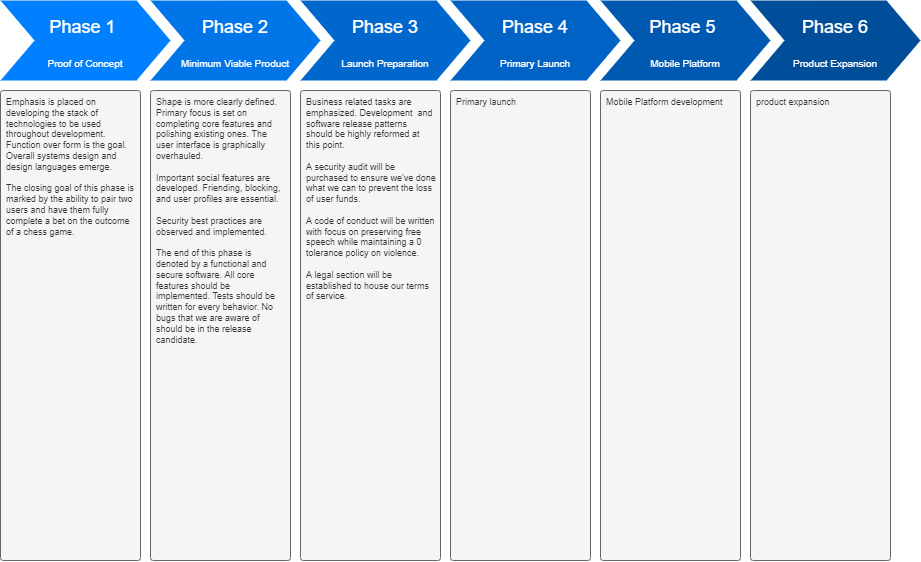
Above: readme-assets/roadmap.png in geektechniquestudios/ChessWager (draw.io), before the change. Source tidied: cells renumbered, new cells last; positions are measured from the earlier drawing's top-left corner, leaving out a move shared by most shapes. Its diagram source:
```xml
<mxGraphModel>
  <root>
    <mxCell id="0" />
    <mxCell id="1" parent="0" />
    <mxCell id="2" value="&lt;font style=&quot;&quot;&gt;&lt;span style=&quot;font-size: 18px;&quot;&gt;Phase 1 &lt;/span&gt;&lt;br&gt;&lt;font style=&quot;&quot;&gt;&lt;font style=&quot;vertical-align: inherit; font-size: 10px;&quot;&gt;Proof of Concept&lt;/font&gt;&lt;/font&gt;&lt;br&gt;&lt;/font&gt;" style="shape=step;whiteSpace=wrap;html=1;fontSize=28;fillColor=#0080FF;fontColor=#FFFFFF;strokeColor=none;" parent="1" vertex="1">
      <mxGeometry width="170" height="80" as="geometry" />
    </mxCell>
    <mxCell id="3" value="&lt;font style=&quot;&quot;&gt;&lt;span style=&quot;font-size: 18px;&quot;&gt;Phase 2&lt;/span&gt;&lt;br&gt;&lt;font style=&quot;font-size: 10px;&quot;&gt;Minimum Viable Product&lt;/font&gt;&lt;br&gt;&lt;/font&gt;" style="shape=step;whiteSpace=wrap;html=1;fontSize=28;fillColor=#0075E8;fontColor=#FFFFFF;strokeColor=none;" parent="1" vertex="1">
      <mxGeometry x="150" width="170" height="80" as="geometry" />
    </mxCell>
    <mxCell id="4" value="&lt;font style=&quot;&quot;&gt;&lt;span style=&quot;font-size: 18px;&quot;&gt;Phase 3&lt;/span&gt;&lt;br&gt;&lt;font style=&quot;font-size: 10px;&quot;&gt;Launch Preparation&lt;/font&gt;&lt;br&gt;&lt;/font&gt;" style="shape=step;whiteSpace=wrap;html=1;fontSize=28;fillColor=#0067CC;fontColor=#FFFFFF;strokeColor=none;" parent="1" vertex="1">
      <mxGeometry x="300" width="170" height="80" as="geometry" />
    </mxCell>
    <mxCell id="5" value="&lt;font style=&quot;&quot;&gt;&lt;span style=&quot;font-size: 18px;&quot;&gt;Phase 4&lt;/span&gt;&lt;br&gt;&lt;font style=&quot;font-size: 10px;&quot;&gt;Primary Launch&lt;/font&gt;&lt;br&gt;&lt;/font&gt;" style="shape=step;whiteSpace=wrap;html=1;fontSize=28;fillColor=#0062C4;fontColor=#FFFFFF;strokeColor=none;" parent="1" vertex="1">
      <mxGeometry x="450" width="170" height="80" as="geometry" />
    </mxCell>
    <mxCell id="6" value="&lt;font style=&quot;&quot;&gt;&lt;span style=&quot;font-size: 18px;&quot;&gt;Phase 5 &lt;/span&gt;&lt;br&gt;&lt;font style=&quot;font-size: 10px;&quot;&gt;Mobile Platform&lt;/font&gt;&lt;br&gt;&lt;/font&gt;" style="shape=step;whiteSpace=wrap;html=1;fontSize=28;fillColor=#0059B0;fontColor=#FFFFFF;strokeColor=none;" parent="1" vertex="1">
      <mxGeometry x="600" width="170" height="80" as="geometry" />
    </mxCell>
    <mxCell id="7" value="&lt;font style=&quot;&quot;&gt;&lt;span style=&quot;font-size: 18px;&quot;&gt;Phase 6&lt;/span&gt;&lt;br&gt;&lt;font style=&quot;font-size: 10px;&quot;&gt;Product Expansion&lt;/font&gt;&lt;br&gt;&lt;/font&gt;" style="shape=step;whiteSpace=wrap;html=1;fontSize=28;fillColor=#004D99;fontColor=#FFFFFF;strokeColor=none;" parent="1" vertex="1">
      <mxGeometry x="750" width="170" height="80" as="geometry" />
    </mxCell>
    <mxCell id="8" value="Mobile Platform development" style="text;spacingTop=-3;whiteSpace=wrap;html=1;align=left;fontSize=9;fontFamily=Helvetica;fillColor=#f5f5f5;rounded=1;glass=0;spacingLeft=1;spacingRight=1;spacing=5;labelBackgroundColor=none;fontColor=#333333;strokeColor=#666666;rotation=0;arcSize=2;" parent="1" vertex="1">
      <mxGeometry x="600" y="90" width="140" height="470" as="geometry" />
    </mxCell>
    <mxCell id="9" value="product expansion" style="text;spacingTop=-3;whiteSpace=wrap;html=1;align=left;fontSize=9;fontFamily=Helvetica;fillColor=#f5f5f5;rounded=1;glass=0;spacingLeft=1;spacingRight=1;spacing=5;labelBackgroundColor=none;fontColor=#333333;strokeColor=#666666;rotation=0;arcSize=2;" parent="1" vertex="1">
      <mxGeometry x="750" y="90" width="140" height="470" as="geometry" />
    </mxCell>
    <mxCell id="10" value="Emphasis is placed on developing the stack of technologies to be used throughout development. Function over form is the goal. Overall systems design and design languages emerge.&lt;br style=&quot;font-size: 9px;&quot;&gt;&lt;br style=&quot;font-size: 9px;&quot;&gt;The closing goal of this phase is marked by the ability to pair two users and have them fully complete a bet on the outcome of a chess game.&lt;br style=&quot;font-size: 9px;&quot;&gt;&lt;br&gt;&lt;br&gt;" style="text;spacingTop=-3;whiteSpace=wrap;html=1;align=left;fontSize=9;fontFamily=Helvetica;fillColor=#f5f5f5;rounded=1;glass=0;spacingLeft=1;spacingRight=1;spacing=5;labelBackgroundColor=none;fontColor=#333333;strokeColor=#666666;rotation=0;arcSize=2;" parent="1" vertex="1">
      <mxGeometry y="90" width="140" height="470" as="geometry" />
    </mxCell>
    <mxCell id="11" value="Shape is more clearly defined. Primary focus is set on completing core features and polishing existing ones.&amp;nbsp;The user interface is graphically overhauled.&lt;br&gt;&lt;br&gt;Important social features are developed. Friending, blocking, and user profiles are essential.&lt;br&gt;&lt;br&gt;Security best practices are observed and implemented.&amp;nbsp;&lt;br&gt;&lt;br&gt;The end of this phase is denoted by a functional and secure software. All core features should be implemented. Tests should be written for every behavior. No bugs that we are aware of should be in the release candidate.&lt;br&gt;&lt;br&gt;" style="text;spacingTop=-3;whiteSpace=wrap;html=1;align=left;fontSize=9;fontFamily=Helvetica;fillColor=#f5f5f5;rounded=1;glass=0;spacingLeft=1;spacingRight=1;spacing=5;labelBackgroundColor=none;fontColor=#333333;strokeColor=#666666;rotation=0;arcSize=2;" parent="1" vertex="1">
      <mxGeometry x="150" y="90" width="140" height="470" as="geometry" />
    </mxCell>
    <mxCell id="12" value="Business related tasks are emphasized. Development&amp;nbsp; and software release patterns should be highly reformed at this point.&lt;br&gt;&lt;br&gt;A security audit will be purchased to ensure we've done what we can to prevent the loss of user funds.&lt;br&gt;&lt;br&gt;A code of conduct will be written with focus on preserving free speech while maintaining a 0 tolerance policy on violence.&lt;br&gt;&lt;br&gt;A legal section will be established to house our terms of service." style="text;spacingTop=-3;whiteSpace=wrap;html=1;align=left;fontSize=9;fontFamily=Helvetica;fillColor=#f5f5f5;rounded=1;glass=0;spacingLeft=1;spacingRight=1;spacing=5;labelBackgroundColor=none;fontColor=#333333;strokeColor=#666666;rotation=0;arcSize=2;" parent="1" vertex="1">
      <mxGeometry x="300" y="90" width="140" height="470" as="geometry" />
    </mxCell>
    <mxCell id="13" value="Primary launch" style="text;spacingTop=-3;whiteSpace=wrap;html=1;align=left;fontSize=9;fontFamily=Helvetica;fillColor=#f5f5f5;rounded=1;glass=0;spacingLeft=1;spacingRight=1;spacing=5;labelBackgroundColor=none;fontColor=#333333;strokeColor=#666666;rotation=0;arcSize=2;" parent="1" vertex="1">
      <mxGeometry x="450" y="90" width="140" height="470" as="geometry" />
    </mxCell>
  </root>
</mxGraphModel>
```
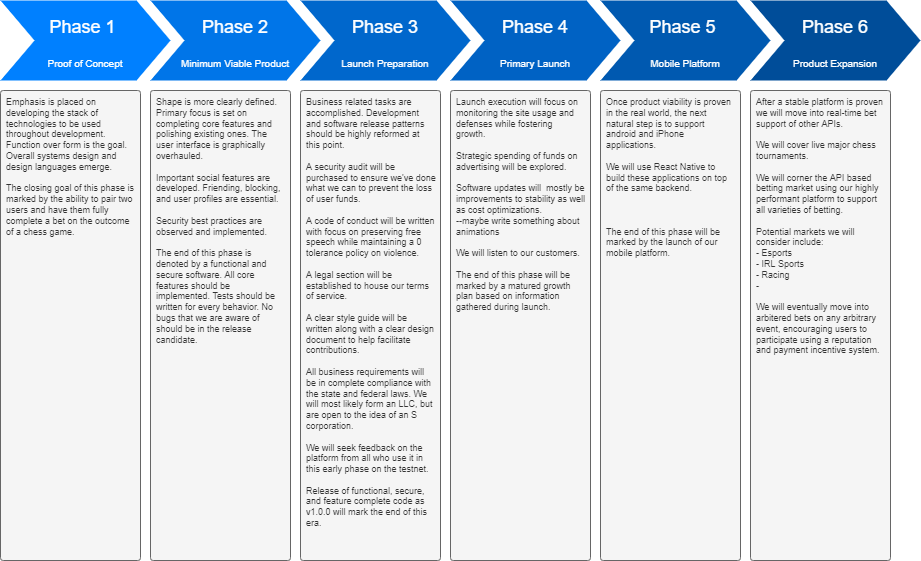
Above is the later version.

Diff of the diagram source:
```diff
@@ -20,10 +20,10 @@
     <mxCell id="7" value="&lt;font style=&quot;&quot;&gt;&lt;span style=&quot;font-size: 18px;&quot;&gt;Phase 6&lt;/span&gt;&lt;br&gt;&lt;font style=&quot;font-size: 10px;&quot;&gt;Product Expansion&lt;/font&gt;&lt;br&gt;&lt;/font&gt;" style="shape=step;whiteSpace=wrap;html=1;fontSize=28;fillColor=#004D99;fontColor=#FFFFFF;strokeColor=none;" parent="1" vertex="1">
       <mxGeometry x="750" width="170" height="80" as="geometry" />
     </mxCell>
-    <mxCell id="8" value="Mobile Platform development" style="text;spacingTop=-3;whiteSpace=wrap;html=1;align=left;fontSize=9;fontFamily=Helvetica;fillColor=#f5f5f5;rounded=1;glass=0;spacingLeft=1;spacingRight=1;spacing=5;labelBackgroundColor=none;fontColor=#333333;strokeColor=#666666;rotation=0;arcSize=2;" parent="1" vertex="1">
+    <mxCell id="8" value="Once product viability is proven in the real world, the next natural step is to support android and iPhone applications.&lt;br&gt;&lt;br&gt;We will use React Native to build these applications on top of the same backend.&lt;br&gt;&lt;br&gt;&lt;br&gt;&lt;br&gt;The end of this phase will be marked by the launch of our mobile platform." style="text;spacingTop=-3;whiteSpace=wrap;html=1;align=left;fontSize=9;fontFamily=Helvetica;fillColor=#f5f5f5;rounded=1;glass=0;spacingLeft=1;spacingRight=1;spacing=5;labelBackgroundColor=none;fontColor=#333333;strokeColor=#666666;rotation=0;arcSize=2;" parent="1" vertex="1">
       <mxGeometry x="600" y="90" width="140" height="470" as="geometry" />
     </mxCell>
-    <mxCell id="9" value="product expansion" style="text;spacingTop=-3;whiteSpace=wrap;html=1;align=left;fontSize=9;fontFamily=Helvetica;fillColor=#f5f5f5;rounded=1;glass=0;spacingLeft=1;spacingRight=1;spacing=5;labelBackgroundColor=none;fontColor=#333333;strokeColor=#666666;rotation=0;arcSize=2;" parent="1" vertex="1">
+    <mxCell id="9" value="After a stable platform is proven we will move into real-time bet support of other APIs.&lt;br&gt;&lt;br&gt;We will cover live major chess tournaments.&amp;nbsp;&lt;br&gt;&lt;br&gt;We will corner the API based betting market using our highly performant platform to support all varieties of betting. &lt;br&gt;&lt;br&gt;Potential markets we will consider include:&lt;br&gt;- Esports&lt;br&gt;- IRL Sports&lt;br&gt;- Racing&lt;br&gt;-&amp;nbsp;&lt;br&gt;&lt;br&gt;We will eventually move into arbitered bets on any arbitrary event, encouraging users to participate using a reputation&amp;nbsp; and payment incentive system." style="text;spacingTop=-3;whiteSpace=wrap;html=1;align=left;fontSize=9;fontFamily=Helvetica;fillColor=#f5f5f5;rounded=1;glass=0;spacingLeft=1;spacingRight=1;spacing=5;labelBackgroundColor=none;fontColor=#333333;strokeColor=#666666;rotation=0;arcSize=2;" parent="1" vertex="1">
       <mxGeometry x="750" y="90" width="140" height="470" as="geometry" />
     </mxCell>
     <mxCell id="10" value="Emphasis is placed on developing the stack of technologies to be used throughout development. Function over form is the goal. Overall systems design and design languages emerge.&lt;br style=&quot;font-size: 9px;&quot;&gt;&lt;br style=&quot;font-size: 9px;&quot;&gt;The closing goal of this phase is marked by the ability to pair two users and have them fully complete a bet on the outcome of a chess game.&lt;br style=&quot;font-size: 9px;&quot;&gt;&lt;br&gt;&lt;br&gt;" style="text;spacingTop=-3;whiteSpace=wrap;html=1;align=left;fontSize=9;fontFamily=Helvetica;fillColor=#f5f5f5;rounded=1;glass=0;spacingLeft=1;spacingRight=1;spacing=5;labelBackgroundColor=none;fontColor=#333333;strokeColor=#666666;rotation=0;arcSize=2;" parent="1" vertex="1">
@@ -32,10 +32,10 @@
     <mxCell id="11" value="Shape is more clearly defined. Primary focus is set on completing core features and polishing existing ones.&amp;nbsp;The user interface is graphically overhauled.&lt;br&gt;&lt;br&gt;Important social features are developed. Friending, blocking, and user profiles are essential.&lt;br&gt;&lt;br&gt;Security best practices are observed and implemented.&amp;nbsp;&lt;br&gt;&lt;br&gt;The end of this phase is denoted by a functional and secure software. All core features should be implemented. Tests should be written for every behavior. No bugs that we are aware of should be in the release candidate.&lt;br&gt;&lt;br&gt;" style="text;spacingTop=-3;whiteSpace=wrap;html=1;align=left;fontSize=9;fontFamily=Helvetica;fillColor=#f5f5f5;rounded=1;glass=0;spacingLeft=1;spacingRight=1;spacing=5;labelBackgroundColor=none;fontColor=#333333;strokeColor=#666666;rotation=0;arcSize=2;" parent="1" vertex="1">
       <mxGeometry x="150" y="90" width="140" height="470" as="geometry" />
     </mxCell>
-    <mxCell id="12" value="Business related tasks are emphasized. Development&amp;nbsp; and software release patterns should be highly reformed at this point.&lt;br&gt;&lt;br&gt;A security audit will be purchased to ensure we've done what we can to prevent the loss of user funds.&lt;br&gt;&lt;br&gt;A code of conduct will be written with focus on preserving free speech while maintaining a 0 tolerance policy on violence.&lt;br&gt;&lt;br&gt;A legal section will be established to house our terms of service." style="text;spacingTop=-3;whiteSpace=wrap;html=1;align=left;fontSize=9;fontFamily=Helvetica;fillColor=#f5f5f5;rounded=1;glass=0;spacingLeft=1;spacingRight=1;spacing=5;labelBackgroundColor=none;fontColor=#333333;strokeColor=#666666;rotation=0;arcSize=2;" parent="1" vertex="1">
+    <mxCell id="12" value="Business related tasks are accomplished. Development&amp;nbsp; and software release patterns should be highly reformed at this point.&lt;br&gt;&lt;br&gt;A security audit will be purchased to ensure we've done what we can to prevent the loss of user funds.&lt;br&gt;&lt;br&gt;A code of conduct will be written with focus on preserving free speech while maintaining a 0 tolerance policy on violence.&lt;br&gt;&lt;br&gt;A legal section will be established to house our terms of service.&lt;br&gt;&lt;br&gt;A clear style guide will be written along with a clear design document to help facilitate contributions.&lt;br&gt;&lt;br&gt;All business requirements will be in complete compliance with the state and federal laws. We will most likely form an LLC, but are open to the idea of an S corporation.&lt;br&gt;&lt;br&gt;We will seek feedback on the platform from all who use it in this early phase on the testnet.&lt;br&gt;&lt;br&gt;Release of functional, secure, and feature complete code as&amp;nbsp; v1.0.0 will mark the end of this era." style="text;spacingTop=-3;whiteSpace=wrap;html=1;align=left;fontSize=9;fontFamily=Helvetica;fillColor=#f5f5f5;rounded=1;glass=0;spacingLeft=1;spacingRight=1;spacing=5;labelBackgroundColor=none;fontColor=#333333;strokeColor=#666666;rotation=0;arcSize=2;" parent="1" vertex="1">
       <mxGeometry x="300" y="90" width="140" height="470" as="geometry" />
     </mxCell>
-    <mxCell id="13" value="Primary launch" style="text;spacingTop=-3;whiteSpace=wrap;html=1;align=left;fontSize=9;fontFamily=Helvetica;fillColor=#f5f5f5;rounded=1;glass=0;spacingLeft=1;spacingRight=1;spacing=5;labelBackgroundColor=none;fontColor=#333333;strokeColor=#666666;rotation=0;arcSize=2;" parent="1" vertex="1">
+    <mxCell id="13" value="Launch execution will focus on monitoring the site usage and defenses while fostering growth.&amp;nbsp;&lt;br&gt;&lt;br&gt;Strategic spending of funds on advertising will be explored.&lt;br&gt;&lt;br&gt;Software updates will&amp;nbsp; mostly be improvements to stability as well as cost optimizations.&lt;br&gt;--maybe write something about animations&lt;br&gt;&lt;br&gt;We will listen to our customers.&lt;br&gt;&lt;br&gt;The end of this phase will be marked by a matured growth plan based on information gathered during launch." style="text;spacingTop=-3;whiteSpace=wrap;html=1;align=left;fontSize=9;fontFamily=Helvetica;fillColor=#f5f5f5;rounded=1;glass=0;spacingLeft=1;spacingRight=1;spacing=5;labelBackgroundColor=none;fontColor=#333333;strokeColor=#666666;rotation=0;arcSize=2;" parent="1" vertex="1">
       <mxGeometry x="450" y="90" width="140" height="470" as="geometry" />
     </mxCell>
   </root>
```
